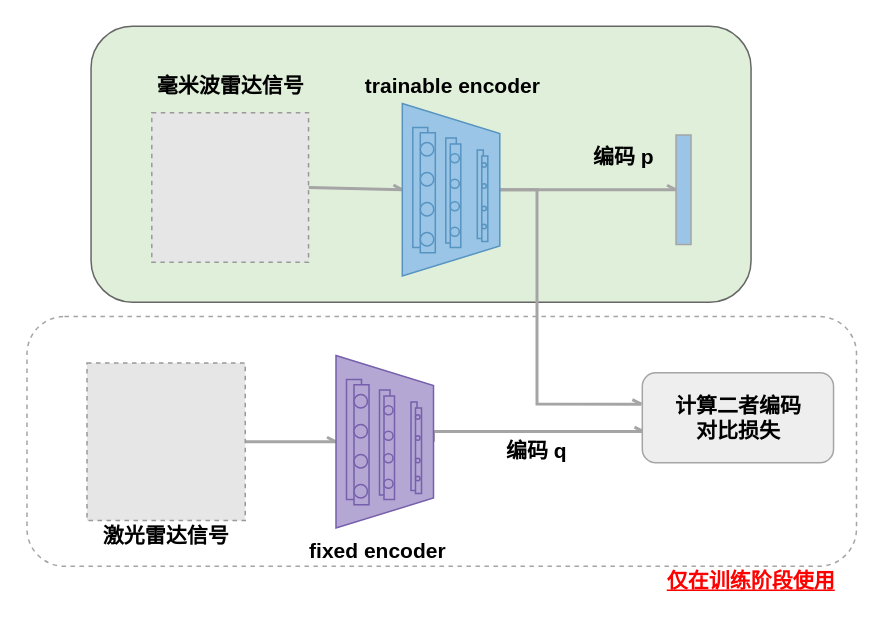
Earlier version of the draw.io diagram liuchengtu/对比学习.drawio (lunfee/diagrams.io). Source tidied: cells renumbered, new cells numbered last; positions are measured from the earlier drawing's top-left corner, leaving out a move shared by most shapes. Both pictures are drawn from the tidied source at 150%, with x=0, y=0 at pixel (26, 26). Pictures stored in the file or linked from it are replaced by grey dashed boxes.
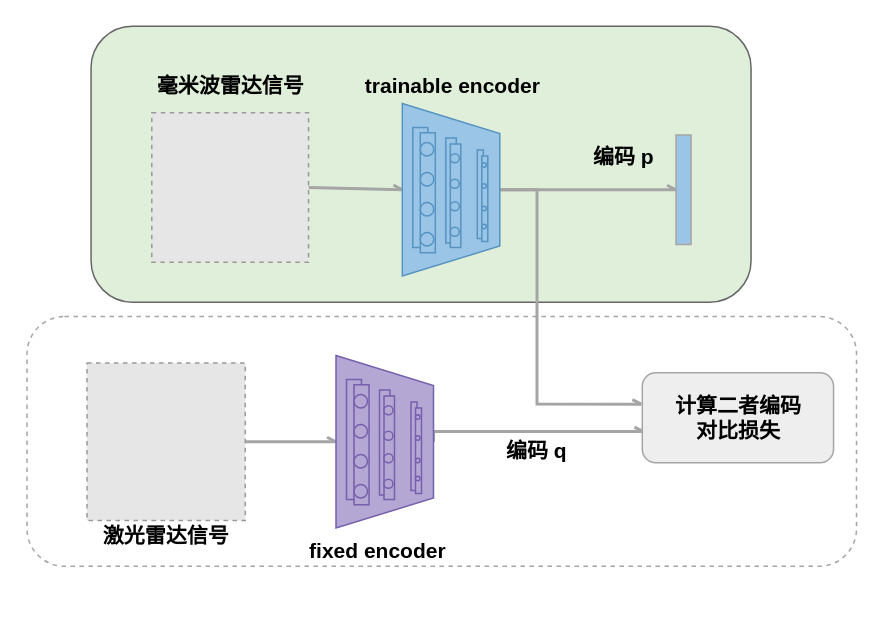
After the change.

Diff of the diagram source:
```diff
@@
-    <mxCell id="57" value="&lt;b&gt;&lt;font style=&quot;font-size: 14px&quot; color=&quot;#ff0000&quot;&gt;&lt;u&gt;仅在训练阶段使用&lt;/u&gt;&lt;/font&gt;&lt;/b&gt;" style="text;html=1;align=center;verticalAlign=middle;fillColor=none;strokeColor=none;rounded=0;" parent="1" vertex="1">
-      <mxGeometry x="418.2" y="360" width="130" height="20" as="geometry" />
-    </mxCell>
```
